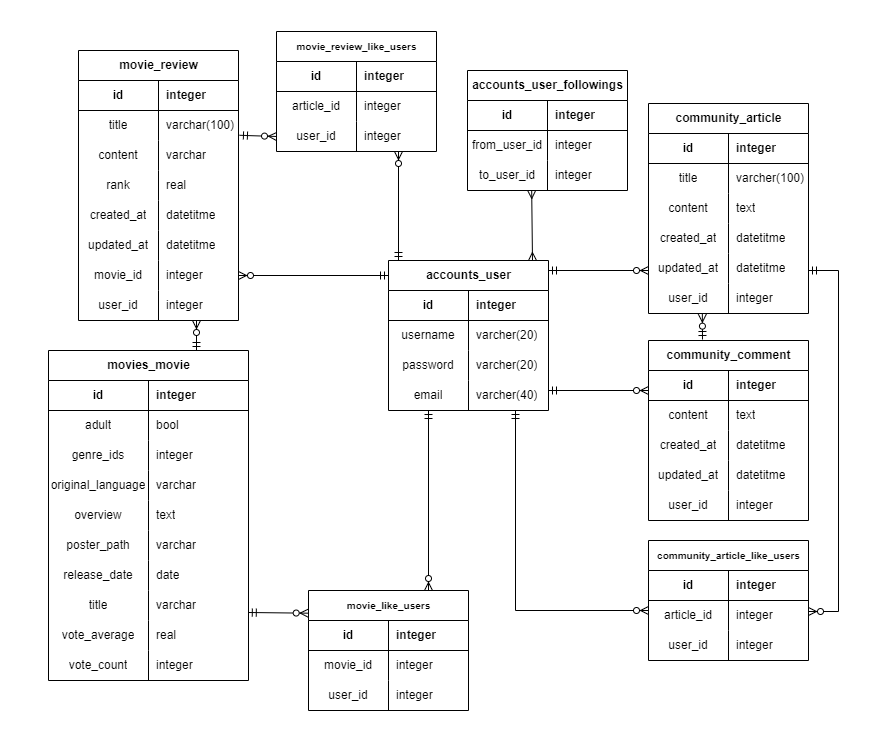
Before: ERD_image.png, a diagram exported from draw.io (illu1996/KeyUP). Source tidied: cells renumbered, new cells last; positions are measured from the earlier drawing's top-left corner, leaving out a move shared by most shapes.
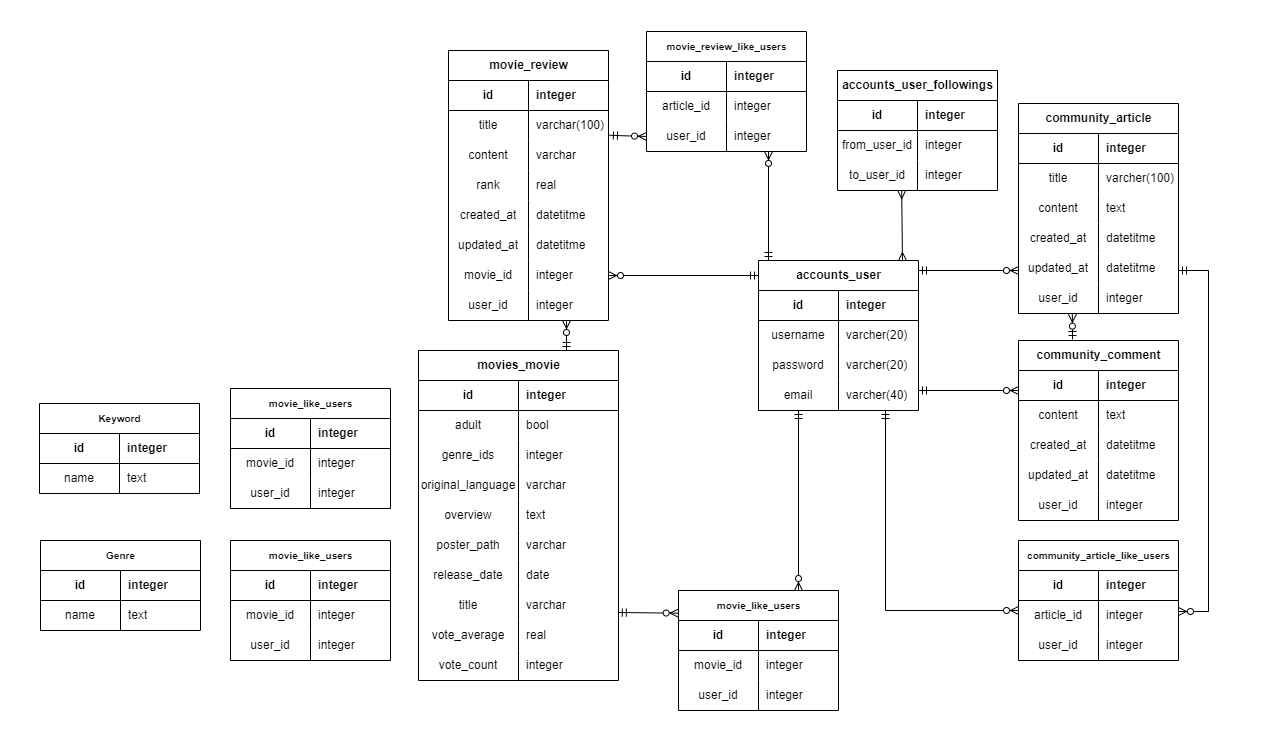
Above is the later version.

Change to the diagram source:
```diff
@@ -3,7 +3,7 @@
     <mxCell id="0" />
     <mxCell id="1" parent="0" />
     <mxCell id="2" style="rounded=0;whiteSpace=wrap;html=1;labelBorderColor=default;fontColor=default;fillColor=default;strokeColor=none;" parent="1" vertex="1">
-      <mxGeometry width="890" height="740" as="geometry" />
+      <mxGeometry x="-370" width="1260" height="730" as="geometry" />
     </mxCell>
     <mxCell id="3" value="accounts_user_followings" style="shape=table;startSize=30;rowLines=0;fontStyle=1;align=center;html=1;" parent="1" vertex="1">
       <mxGeometry x="467" y="70" width="160" height="120" as="geometry" />
@@ -506,5 +506,107 @@
         <mxPoint x="701.8" y="313.7" as="targetPoint" />
       </mxGeometry>
     </mxCell>
+    <mxCell id="159" value="&lt;font style=&quot;font-size: 10px;&quot;&gt;Keyword&lt;/font&gt;" style="shape=table;startSize=30;rowLines=0;fontStyle=1;align=center;html=1;" parent="1" vertex="1">
+      <mxGeometry x="-331" y="403" width="160" height="90" as="geometry" />
+    </mxCell>
+    <mxCell id="160" style="shape=tableRow;horizontal=0;startSize=0;swimlaneHead=0;swimlaneBody=0;fillColor=none;top=0;left=0;right=0;bottom=1;" parent="159" vertex="1">
+      <mxGeometry y="30" width="160" height="30" as="geometry" />
+    </mxCell>
+    <mxCell id="161" value="id" style="shape=partialRectangle;fillColor=none;top=0;left=0;bottom=0;right=0;fontStyle=1;overflow=hidden;whiteSpace=wrap;html=1;" parent="160" vertex="1">
+      <mxGeometry width="80" height="30" as="geometry" />
+    </mxCell>
+    <mxCell id="162" value="integer" style="shape=partialRectangle;fillColor=none;top=0;left=0;bottom=0;right=0;align=left;spacingLeft=6;fontStyle=1;overflow=hidden;whiteSpace=wrap;html=1;" parent="160" vertex="1">
+      <mxGeometry x="80" width="80" height="30" as="geometry" />
+    </mxCell>
+    <mxCell id="163" style="shape=tableRow;horizontal=0;startSize=0;swimlaneHead=0;swimlaneBody=0;fillColor=none;top=0;left=0;right=0;bottom=0;" parent="159" vertex="1">
+      <mxGeometry y="60" width="160" height="30" as="geometry" />
+    </mxCell>
+    <mxCell id="164" value="name" style="shape=partialRectangle;fillColor=none;top=0;left=0;bottom=0;right=0;overflow=hidden;whiteSpace=wrap;html=1;" parent="163" vertex="1">
+      <mxGeometry width="80" height="30" as="geometry" />
+    </mxCell>
+    <mxCell id="165" value="text" style="shape=partialRectangle;fillColor=none;top=0;left=0;bottom=0;right=0;align=left;spacingLeft=6;overflow=hidden;whiteSpace=wrap;html=1;" parent="163" vertex="1">
+      <mxGeometry x="80" width="80" height="30" as="geometry" />
+    </mxCell>
+    <mxCell id="166" value="&lt;font style=&quot;font-size: 10px;&quot;&gt;Genre&lt;/font&gt;" style="shape=table;startSize=30;rowLines=0;fontStyle=1;align=center;html=1;" parent="1" vertex="1">
+      <mxGeometry x="-330" y="540" width="160" height="90" as="geometry" />
+    </mxCell>
+    <mxCell id="167" style="shape=tableRow;horizontal=0;startSize=0;swimlaneHead=0;swimlaneBody=0;fillColor=none;top=0;left=0;right=0;bottom=1;" parent="166" vertex="1">
+      <mxGeometry y="30" width="160" height="30" as="geometry" />
+    </mxCell>
+    <mxCell id="168" value="id" style="shape=partialRectangle;fillColor=none;top=0;left=0;bottom=0;right=0;fontStyle=1;overflow=hidden;whiteSpace=wrap;html=1;" parent="167" vertex="1">
+      <mxGeometry width="80" height="30" as="geometry" />
+    </mxCell>
+    <mxCell id="169" value="integer" style="shape=partialRectangle;fillColor=none;top=0;left=0;bottom=0;right=0;align=left;spacingLeft=6;fontStyle=1;overflow=hidden;whiteSpace=wrap;html=1;" parent="167" vertex="1">
+      <mxGeometry x="80" width="80" height="30" as="geometry" />
+    </mxCell>
+    <mxCell id="170" style="shape=tableRow;horizontal=0;startSize=0;swimlaneHead=0;swimlaneBody=0;fillColor=none;top=0;left=0;right=0;bottom=0;" parent="166" vertex="1">
+      <mxGeometry y="60" width="160" height="30" as="geometry" />
+    </mxCell>
+    <mxCell id="171" value="name" style="shape=partialRectangle;fillColor=none;top=0;left=0;bottom=0;right=0;overflow=hidden;whiteSpace=wrap;html=1;" parent="170" vertex="1">
+      <mxGeometry width="80" height="30" as="geometry" />
+    </mxCell>
+    <mxCell id="172" value="text" style="shape=partialRectangle;fillColor=none;top=0;left=0;bottom=0;right=0;align=left;spacingLeft=6;overflow=hidden;whiteSpace=wrap;html=1;" parent="170" vertex="1">
+      <mxGeometry x="80" width="80" height="30" as="geometry" />
+    </mxCell>
+    <mxCell id="173" value="&lt;font style=&quot;font-size: 10px;&quot;&gt;movie_like_users&lt;/font&gt;" style="shape=table;startSize=30;rowLines=0;fontStyle=1;align=center;html=1;" parent="1" vertex="1">
+      <mxGeometry x="-140" y="388" width="160" height="120" as="geometry" />
+    </mxCell>
+    <mxCell id="174" style="shape=tableRow;horizontal=0;startSize=0;swimlaneHead=0;swimlaneBody=0;fillColor=none;top=0;left=0;right=0;bottom=1;" parent="173" vertex="1">
+      <mxGeometry y="30" width="160" height="30" as="geometry" />
+    </mxCell>
+    <mxCell id="175" value="id" style="shape=partialRectangle;fillColor=none;top=0;left=0;bottom=0;right=0;fontStyle=1;overflow=hidden;whiteSpace=wrap;html=1;" parent="174" vertex="1">
+      <mxGeometry width="80" height="30" as="geometry" />
+    </mxCell>
+    <mxCell id="176" value="integer" style="shape=partialRectangle;fillColor=none;top=0;left=0;bottom=0;right=0;align=left;spacingLeft=6;fontStyle=1;overflow=hidden;whiteSpace=wrap;html=1;" parent="174" vertex="1">
+      <mxGeometry x="80" width="80" height="30" as="geometry" />
+    </mxCell>
+    <mxCell id="177" style="shape=tableRow;horizontal=0;startSize=0;swimlaneHead=0;swimlaneBody=0;fillColor=none;top=0;left=0;right=0;bottom=0;" parent="173" vertex="1">
+      <mxGeometry y="60" width="160" height="30" as="geometry" />
+    </mxCell>
+    <mxCell id="178" value="movie_id" style="shape=partialRectangle;fillColor=none;top=0;left=0;bottom=0;right=0;overflow=hidden;whiteSpace=wrap;html=1;" parent="177" vertex="1">
+      <mxGeometry width="80" height="30" as="geometry" />
+    </mxCell>
+    <mxCell id="179" value="integer" style="shape=partialRectangle;fillColor=none;top=0;left=0;bottom=0;right=0;align=left;spacingLeft=6;overflow=hidden;whiteSpace=wrap;html=1;" parent="177" vertex="1">
+      <mxGeometry x="80" width="80" height="30" as="geometry" />
+    </mxCell>
+    <mxCell id="180" style="shape=tableRow;horizontal=0;startSize=0;swimlaneHead=0;swimlaneBody=0;fillColor=none;top=0;left=0;right=0;bottom=0;" parent="173" vertex="1">
+      <mxGeometry y="90" width="160" height="30" as="geometry" />
+    </mxCell>
+    <mxCell id="181" value="user_id" style="shape=partialRectangle;fillColor=none;top=0;left=0;bottom=0;right=0;overflow=hidden;whiteSpace=wrap;html=1;" parent="180" vertex="1">
+      <mxGeometry width="80" height="30" as="geometry" />
+    </mxCell>
+    <mxCell id="182" value="integer" style="shape=partialRectangle;fillColor=none;top=0;left=0;bottom=0;right=0;align=left;spacingLeft=6;overflow=hidden;whiteSpace=wrap;html=1;" parent="180" vertex="1">
+      <mxGeometry x="80" width="80" height="30" as="geometry" />
+    </mxCell>
+    <mxCell id="183" value="&lt;font style=&quot;font-size: 10px;&quot;&gt;movie_like_users&lt;/font&gt;" style="shape=table;startSize=30;rowLines=0;fontStyle=1;align=center;html=1;" parent="1" vertex="1">
+      <mxGeometry x="-140" y="540" width="160" height="120" as="geometry" />
+    </mxCell>
+    <mxCell id="184" style="shape=tableRow;horizontal=0;startSize=0;swimlaneHead=0;swimlaneBody=0;fillColor=none;top=0;left=0;right=0;bottom=1;" parent="183" vertex="1">
+      <mxGeometry y="30" width="160" height="30" as="geometry" />
+    </mxCell>
+    <mxCell id="185" value="id" style="shape=partialRectangle;fillColor=none;top=0;left=0;bottom=0;right=0;fontStyle=1;overflow=hidden;whiteSpace=wrap;html=1;" parent="184" vertex="1">
+      <mxGeometry width="80" height="30" as="geometry" />
+    </mxCell>
+    <mxCell id="186" value="integer" style="shape=partialRectangle;fillColor=none;top=0;left=0;bottom=0;right=0;align=left;spacingLeft=6;fontStyle=1;overflow=hidden;whiteSpace=wrap;html=1;" parent="184" vertex="1">
+      <mxGeometry x="80" width="80" height="30" as="geometry" />
+    </mxCell>
+    <mxCell id="187" style="shape=tableRow;horizontal=0;startSize=0;swimlaneHead=0;swimlaneBody=0;fillColor=none;top=0;left=0;right=0;bottom=0;" parent="183" vertex="1">
+      <mxGeometry y="60" width="160" height="30" as="geometry" />
+    </mxCell>
+    <mxCell id="188" value="movie_id" style="shape=partialRectangle;fillColor=none;top=0;left=0;bottom=0;right=0;overflow=hidden;whiteSpace=wrap;html=1;" parent="187" vertex="1">
+      <mxGeometry width="80" height="30" as="geometry" />
+    </mxCell>
+    <mxCell id="189" value="integer" style="shape=partialRectangle;fillColor=none;top=0;left=0;bottom=0;right=0;align=left;spacingLeft=6;overflow=hidden;whiteSpace=wrap;html=1;" parent="187" vertex="1">
+      <mxGeometry x="80" width="80" height="30" as="geometry" />
+    </mxCell>
+    <mxCell id="190" style="shape=tableRow;horizontal=0;startSize=0;swimlaneHead=0;swimlaneBody=0;fillColor=none;top=0;left=0;right=0;bottom=0;" parent="183" vertex="1">
+      <mxGeometry y="90" width="160" height="30" as="geometry" />
+    </mxCell>
+    <mxCell id="191" value="user_id" style="shape=partialRectangle;fillColor=none;top=0;left=0;bottom=0;right=0;overflow=hidden;whiteSpace=wrap;html=1;" parent="190" vertex="1">
+      <mxGeometry width="80" height="30" as="geometry" />
+    </mxCell>
+    <mxCell id="192" value="integer" style="shape=partialRectangle;fillColor=none;top=0;left=0;bottom=0;right=0;align=left;spacingLeft=6;overflow=hidden;whiteSpace=wrap;html=1;" parent="190" vertex="1">
+      <mxGeometry x="80" width="80" height="30" as="geometry" />
+    </mxCell>
   </root>
 </mxGraphModel>
```
